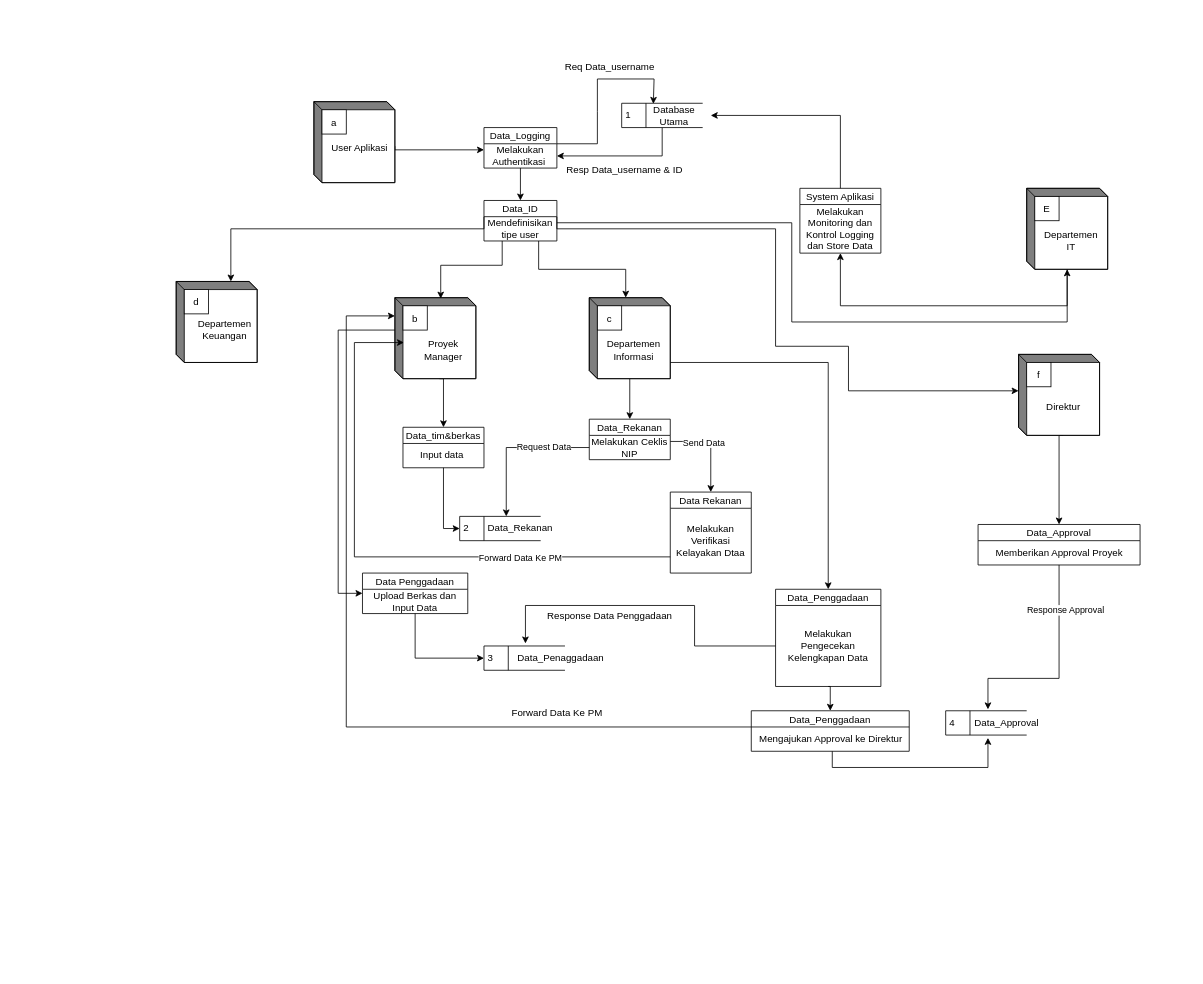
The draw.io diagram Data_Flow_Diagram.drawio in Tian7877/Hanoi_Tower, before the edit. Source tidied: cells renumbered, new cells numbered last; positions are measured from the earlier drawing's top-left corner, leaving out a move shared by most shapes. Both pictures are drawn from the tidied source at 81%, with x=0, y=0 at pixel (176, 54).
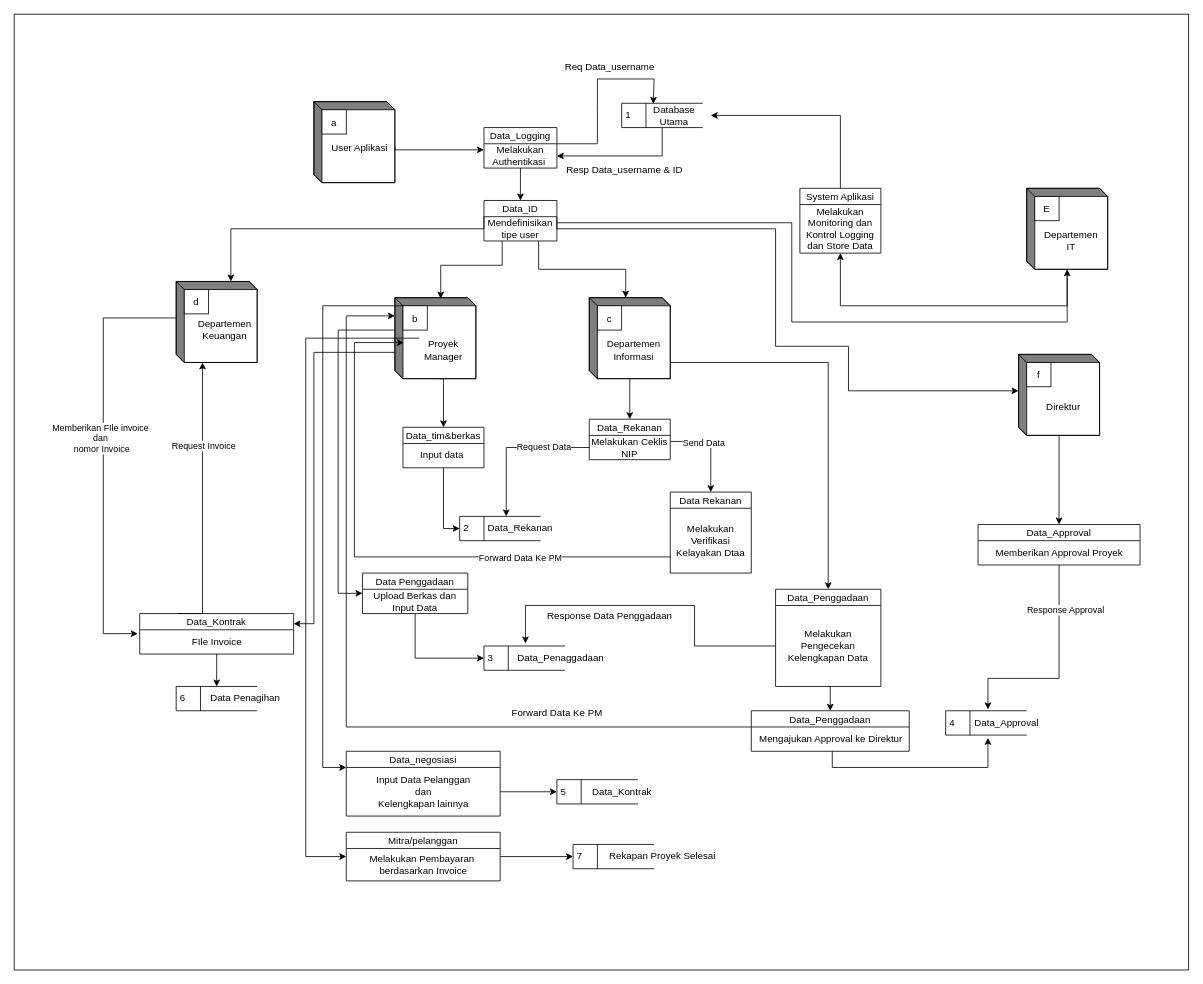
Above is the later version.

Unchanged cells that the change refers to:
```xml
<mxCell id="15" style="html=1;dashed=0;whiteSpace=wrap;shape=mxgraph.dfd.externalEntity;" parent="1" vertex="1">
  <mxGeometry y="280" width="100" height="100" as="geometry" />
</mxCell>
<mxCell id="20" style="html=1;dashed=0;whiteSpace=wrap;shape=mxgraph.dfd.externalEntity;" parent="1" vertex="1">
  <mxGeometry x="270" y="300" width="100" height="100" as="geometry" />
</mxCell>
<mxCell id="21" value="b" style="strokeColor=inherit;fillColor=inherit;gradientColor=inherit;" parent="20" vertex="1">
  <mxGeometry width="30" height="30" relative="1" as="geometry">
    <mxPoint x="10" y="10" as="offset" />
  </mxGeometry>
</mxCell>
<mxCell id="22" value="Proyek Manager" style="text;html=1;align=center;verticalAlign=middle;whiteSpace=wrap;rounded=0;" parent="20" vertex="1">
  <mxGeometry x="30" y="50" width="60" height="30" as="geometry" />
</mxCell>
```

The edit, as a diff of the source:
```diff
@@
+    <mxCell id="81" style="edgeStyle=orthogonalEdgeStyle;rounded=0;jettySize=auto;html=1;exitX=0;exitY=0;exitDx=0;exitDy=67.5;exitPerimeter=0;entryX=1;entryY=0.25;entryDx=0;entryDy=0;" parent="1" edge="1" source="20" target="88">
+      <mxGeometry relative="1" as="geometry">
+        <Array as="points">
+          <mxPoint x="170" y="368" />
+          <mxPoint x="170" y="703" />
+        </Array>
+      </mxGeometry>
+    </mxCell>
@@
+    <mxCell id="82" style="edgeStyle=orthogonalEdgeStyle;rounded=0;jettySize=auto;html=1;" parent="1" edge="1" source="21" target="84">
+      <mxGeometry relative="1" as="geometry">
+        <Array as="points">
+          <mxPoint x="181" y="310" />
+          <mxPoint x="181" y="880" />
+        </Array>
+      </mxGeometry>
+    </mxCell>
+    <mxCell id="83" value="Data_negosiasi" style="swimlane;fontStyle=0;horizontal=1;startSize=20;fillColor=#ffffff;swimlaneFillColor=#ffffff;" parent="1" vertex="1">
+      <mxGeometry x="210" y="860" width="190" height="80" as="geometry" />
+    </mxCell>
+    <mxCell id="84" value="Input Data Pelanggan&lt;div&gt;&amp;nbsp;dan&amp;nbsp;&lt;div&gt;Kelengkapan lainnya&lt;/div&gt;&lt;/div&gt;" style="text;html=1;align=center;verticalAlign=middle;points=[];strokeColor=none;fillColor=none;" parent="83" vertex="1">
+      <mxGeometry y="20" width="190" height="60" as="geometry" />
+    </mxCell>
+    <mxCell id="85" value="5" style="html=1;dashed=0;whiteSpace=wrap;shape=mxgraph.dfd.dataStoreID;align=left;spacingLeft=3;points=[[0,0],[0.5,0],[1,0],[0,0.5],[1,0.5],[0,1],[0.5,1],[1,1]];" parent="1" vertex="1">
+      <mxGeometry x="470" y="895" width="100" height="30" as="geometry" />
+    </mxCell>
+    <mxCell id="86" value="Data_Kontrak" style="text;html=1;align=center;verticalAlign=middle;strokeColor=none;fillColor=none;" parent="1" vertex="1">
+      <mxGeometry x="500" y="895" width="100" height="30" as="geometry" />
+    </mxCell>
+    <mxCell id="87" style="edgeStyle=orthogonalEdgeStyle;rounded=0;jettySize=auto;html=1;entryX=0;entryY=0.5;entryDx=0;entryDy=0;" parent="1" edge="1" source="84" target="85">
+      <mxGeometry relative="1" as="geometry" />
+    </mxCell>
+    <mxCell id="88" value="Data_Kontrak" style="swimlane;fontStyle=0;horizontal=1;startSize=20;fillColor=#ffffff;swimlaneFillColor=#ffffff;" parent="1" vertex="1">
+      <mxGeometry x="-45" y="690" width="190" height="50" as="geometry" />
+    </mxCell>
+    <mxCell id="89" value="FIle Invoice" style="text;html=1;align=center;verticalAlign=middle;points=[];strokeColor=none;fillColor=none;" parent="88" vertex="1">
+      <mxGeometry y="20" width="190" height="30" as="geometry" />
+    </mxCell>
+    <mxCell id="90" style="edgeStyle=orthogonalEdgeStyle;rounded=0;jettySize=auto;html=1;exitX=0.25;exitY=0;exitDx=0;exitDy=0;entryX=0;entryY=0;entryDx=32.5;entryDy=100;entryPerimeter=0;" parent="1" edge="1" source="88" target="15">
+      <mxGeometry relative="1" as="geometry">
+        <Array as="points">
+          <mxPoint x="33" y="690" />
+        </Array>
+      </mxGeometry>
+    </mxCell>
+    <mxCell id="91" value="Request Invoice" style="edgeLabel;html=1;align=center;verticalAlign=middle;" parent="90" vertex="1">
+      <mxGeometry x="0.4" y="-1" relative="1" as="geometry" />
+    </mxCell>
+    <mxCell id="92" style="edgeStyle=orthogonalEdgeStyle;rounded=0;jettySize=auto;html=1;exitX=0;exitY=0;exitDx=0;exitDy=45;exitPerimeter=0;entryX=-0.013;entryY=0.159;entryDx=0;entryDy=0;entryPerimeter=0;" parent="1" edge="1" source="15" target="89">
+      <mxGeometry relative="1" as="geometry">
+        <Array as="points">
+          <mxPoint x="-90" y="325" />
+          <mxPoint x="-90" y="715" />
+        </Array>
+      </mxGeometry>
+    </mxCell>
+    <mxCell id="93" value="Memberikan FIle invoice&amp;nbsp;&lt;br&gt;dan&amp;nbsp;&lt;br&gt;nomor Invoice" style="edgeLabel;html=1;align=center;verticalAlign=middle;" parent="92" vertex="1">
+      <mxGeometry x="-0.09" y="-3" relative="1" as="geometry" />
+    </mxCell>
+    <mxCell id="94" value="6" style="html=1;dashed=0;whiteSpace=wrap;shape=mxgraph.dfd.dataStoreID;align=left;spacingLeft=3;points=[[0,0],[0.5,0],[1,0],[0,0.5],[1,0.5],[0,1],[0.5,1],[1,1]];" parent="1" vertex="1">
+      <mxGeometry y="780" width="100" height="30" as="geometry" />
+    </mxCell>
+    <mxCell id="95" style="edgeStyle=orthogonalEdgeStyle;rounded=0;jettySize=auto;html=1;" parent="1" edge="1" source="89" target="94">
+      <mxGeometry relative="1" as="geometry" />
+    </mxCell>
+    <mxCell id="96" value="Data Penagihan" style="text;html=1;align=center;verticalAlign=middle;strokeColor=none;fillColor=none;" parent="1" vertex="1">
+      <mxGeometry x="30" y="780" width="110" height="30" as="geometry" />
+    </mxCell>
+    <mxCell id="97" style="edgeStyle=orthogonalEdgeStyle;rounded=0;jettySize=auto;html=1;entryX=0;entryY=0.5;entryDx=0;entryDy=0;" parent="1" edge="1" source="98" target="101">
+      <mxGeometry relative="1" as="geometry" />
+    </mxCell>
+    <mxCell id="98" value="Mitra/pelanggan" style="swimlane;fontStyle=0;horizontal=1;startSize=20;fillColor=#ffffff;swimlaneFillColor=#ffffff;" parent="1" vertex="1">
+      <mxGeometry x="210" y="960" width="190" height="60" as="geometry" />
+    </mxCell>
+    <mxCell id="99" value="Melakukan Pembayaran&amp;nbsp;&lt;br&gt;berdasarkan Invoice" style="text;html=1;align=center;verticalAlign=middle;strokeColor=none;fillColor=none;" parent="98" vertex="1">
+      <mxGeometry y="20" width="190" height="40" as="geometry" />
+    </mxCell>
+    <mxCell id="100" style="edgeStyle=orthogonalEdgeStyle;rounded=0;jettySize=auto;html=1;entryX=0;entryY=0.5;entryDx=0;entryDy=0;" parent="1" edge="1" source="22" target="98">
+      <mxGeometry relative="1" as="geometry">
+        <Array as="points">
+          <mxPoint x="160" y="350" />
+          <mxPoint x="160" y="990" />
+        </Array>
+      </mxGeometry>
+    </mxCell>
+    <mxCell id="101" value="7" style="html=1;dashed=0;whiteSpace=wrap;shape=mxgraph.dfd.dataStoreID;align=left;spacingLeft=3;points=[[0,0],[0.5,0],[1,0],[0,0.5],[1,0.5],[0,1],[0.5,1],[1,1]];" parent="1" vertex="1">
+      <mxGeometry x="490" y="975" width="100" height="30" as="geometry" />
+    </mxCell>
+    <mxCell id="102" value="Rekapan Proyek Selesai" style="text;html=1;align=center;verticalAlign=middle;strokeColor=none;fillColor=none;" parent="1" vertex="1">
+      <mxGeometry x="525" y="975" width="150" height="30" as="geometry" />
+    </mxCell>
+    <mxCell id="103" style="rounded=0;whiteSpace=wrap;html=1;fillColor=none;" parent="1" vertex="1">
+      <mxGeometry x="-200" y="-50" width="1450" height="1180" as="geometry" />
+    </mxCell>
```
